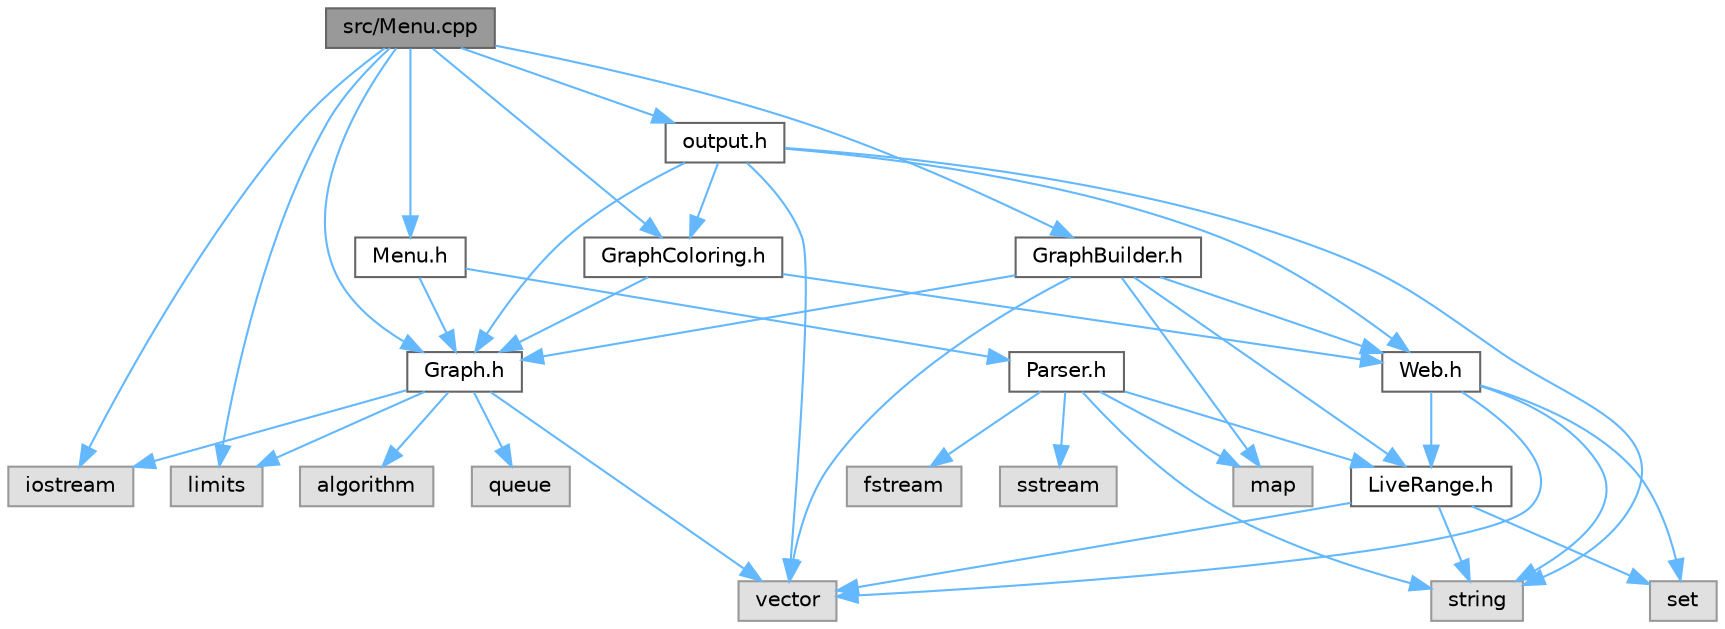
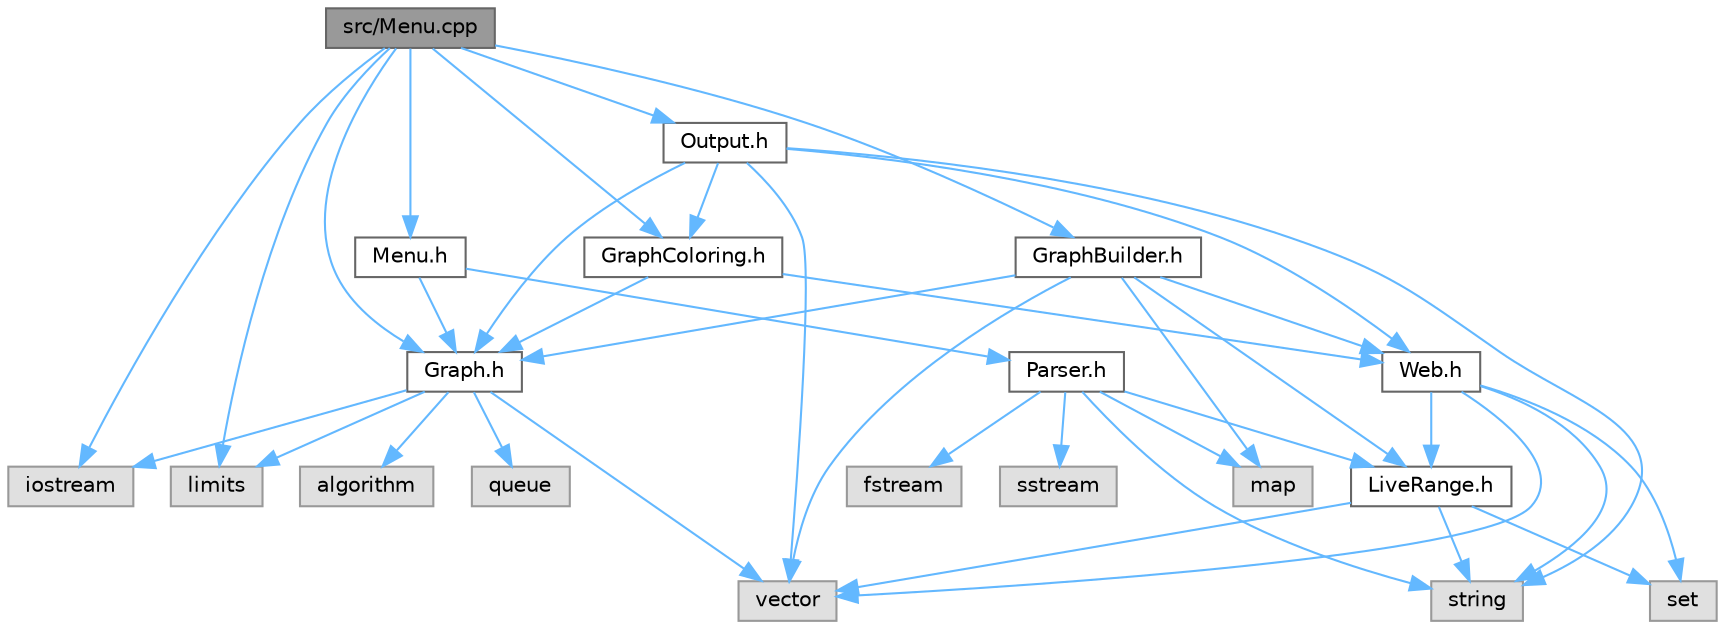
digraph "src/Menu.cpp"
{
 // LATEX_PDF_SIZE
  bgcolor="transparent";
  edge [fontname=Helvetica,fontsize=10,labelfontname=Helvetica,labelfontsize=10];
  node [fontname=Helvetica,fontsize=10,shape=box,height=0.2,width=0.4];
-   Node1 [id="Node000001",label="src/Menu.cpp",height=0.2,width=0.4,color="gray40", fillcolor="grey60", style="filled", fontcolor="black",tooltip=" "];
+   Node1 [id="Node000001",label="src/Menu.cpp",height=0.2,width=0.4,color="gray40", fillcolor="grey60", style="filled", fontcolor="black",tooltip="Implementation of the menu system."];
  Node1 -> Node2 [id="edge1_Node000001_Node000002",color="steelblue1",style="solid",tooltip=" "];
  Node2 [id="Node000002",label="iostream",height=0.2,width=0.4,color="grey60", fillcolor="#E0E0E0", style="filled",tooltip=" "];
  Node1 -> Node3 [id="edge2_Node000001_Node000003",color="steelblue1",style="solid",tooltip=" "];
  Node3 [id="Node000003",label="limits",height=0.2,width=0.4,color="grey60", fillcolor="#E0E0E0", style="filled",tooltip=" "];
  Node1 -> Node4 [id="edge3_Node000001_Node000004",color="steelblue1",style="solid",tooltip=" "];
  Node4 [id="Node000004",label="Menu.h",height=0.2,width=0.4,color="grey40", fillcolor="white", style="filled",URL="$Menu_8h.html",tooltip=" "];
  Node4 -> Node5 [id="edge4_Node000004_Node000005",color="steelblue1",style="solid",tooltip=" "];
  Node5 [id="Node000005",label="Graph.h",height=0.2,width=0.4,color="grey40", fillcolor="white", style="filled",URL="$Graph_8h.html",tooltip="Declaration and implementation of the graph data structure, including the Vertex and Edge classes and..."];
  Node5 -> Node2 [id="edge5_Node000005_Node000002",color="steelblue1",style="solid",tooltip=" "];
  Node5 -> Node6 [id="edge6_Node000005_Node000006",color="steelblue1",style="solid",tooltip=" "];
  Node6 [id="Node000006",label="vector",height=0.2,width=0.4,color="grey60", fillcolor="#E0E0E0", style="filled",tooltip=" "];
  Node5 -> Node7 [id="edge7_Node000005_Node000007",color="steelblue1",style="solid",tooltip=" "];
  Node7 [id="Node000007",label="queue",height=0.2,width=0.4,color="grey60", fillcolor="#E0E0E0", style="filled",tooltip=" "];
  Node5 -> Node3 [id="edge8_Node000005_Node000003",color="steelblue1",style="solid",tooltip=" "];
  Node5 -> Node8 [id="edge9_Node000005_Node000008",color="steelblue1",style="solid",tooltip=" "];
  Node8 [id="Node000008",label="algorithm",height=0.2,width=0.4,color="grey60", fillcolor="#E0E0E0", style="filled",tooltip=" "];
  Node4 -> Node9 [id="edge10_Node000004_Node000009",color="steelblue1",style="solid",tooltip=" "];
  Node9 [id="Node000009",label="Parser.h",height=0.2,width=0.4,color="grey40", fillcolor="white", style="filled",URL="$Parser_8h.html",tooltip=" "];
  Node9 -> Node10 [id="edge11_Node000009_Node000010",color="steelblue1",style="solid",tooltip=" "];
  Node10 [id="Node000010",label="LiveRange.h",height=0.2,width=0.4,color="grey40", fillcolor="white", style="filled",URL="$LiveRange_8h.html",tooltip=" "];
  Node10 -> Node6 [id="edge12_Node000010_Node000006",color="steelblue1",style="solid",tooltip=" "];
  Node10 -> Node11 [id="edge13_Node000010_Node000011",color="steelblue1",style="solid",tooltip=" "];
  Node11 [id="Node000011",label="string",height=0.2,width=0.4,color="grey60", fillcolor="#E0E0E0", style="filled",tooltip=" "];
  Node10 -> Node12 [id="edge14_Node000010_Node000012",color="steelblue1",style="solid",tooltip=" "];
  Node12 [id="Node000012",label="set",height=0.2,width=0.4,color="grey60", fillcolor="#E0E0E0", style="filled",tooltip=" "];
  Node9 -> Node11 [id="edge15_Node000009_Node000011",color="steelblue1",style="solid",tooltip=" "];
  Node9 -> Node13 [id="edge16_Node000009_Node000013",color="steelblue1",style="solid",tooltip=" "];
  Node13 [id="Node000013",label="map",height=0.2,width=0.4,color="grey60", fillcolor="#E0E0E0", style="filled",tooltip=" "];
  Node9 -> Node14 [id="edge17_Node000009_Node000014",color="steelblue1",style="solid",tooltip=" "];
  Node14 [id="Node000014",label="fstream",height=0.2,width=0.4,color="grey60", fillcolor="#E0E0E0", style="filled",tooltip=" "];
  Node9 -> Node15 [id="edge18_Node000009_Node000015",color="steelblue1",style="solid",tooltip=" "];
  Node15 [id="Node000015",label="sstream",height=0.2,width=0.4,color="grey60", fillcolor="#E0E0E0", style="filled",tooltip=" "];
  Node1 -> Node16 [id="edge19_Node000001_Node000016",color="steelblue1",style="solid",tooltip=" "];
  Node16 [id="Node000016",label="GraphColoring.h",height=0.2,width=0.4,color="grey40", fillcolor="white", style="filled",URL="$GraphColoring_8h.html",tooltip=" "];
  Node16 -> Node5 [id="edge20_Node000016_Node000005",color="steelblue1",style="solid",tooltip=" "];
  Node16 -> Node17 [id="edge21_Node000016_Node000017",color="steelblue1",style="solid",tooltip=" "];
  Node17 [id="Node000017",label="Web.h",height=0.2,width=0.4,color="grey40", fillcolor="white", style="filled",URL="$Web_8h.html",tooltip=" "];
  Node17 -> Node10 [id="edge22_Node000017_Node000010",color="steelblue1",style="solid",tooltip=" "];
  Node17 -> Node6 [id="edge23_Node000017_Node000006",color="steelblue1",style="solid",tooltip=" "];
  Node17 -> Node12 [id="edge24_Node000017_Node000012",color="steelblue1",style="solid",tooltip=" "];
  Node17 -> Node11 [id="edge25_Node000017_Node000011",color="steelblue1",style="solid",tooltip=" "];
  Node1 -> Node18 [id="edge26_Node000001_Node000018",color="steelblue1",style="solid",tooltip=" "];
  Node18 [id="Node000018",label="GraphBuilder.h",height=0.2,width=0.4,color="grey40", fillcolor="white", style="filled",URL="$GraphBuilder_8h.html",tooltip=" "];
  Node18 -> Node5 [id="edge27_Node000018_Node000005",color="steelblue1",style="solid",tooltip=" "];
  Node18 -> Node17 [id="edge28_Node000018_Node000017",color="steelblue1",style="solid",tooltip=" "];
  Node18 -> Node10 [id="edge29_Node000018_Node000010",color="steelblue1",style="solid",tooltip=" "];
  Node18 -> Node13 [id="edge30_Node000018_Node000013",color="steelblue1",style="solid",tooltip=" "];
  Node18 -> Node6 [id="edge31_Node000018_Node000006",color="steelblue1",style="solid",tooltip=" "];
  Node1 -> Node19 [id="edge32_Node000001_Node000019",color="steelblue1",style="solid",tooltip=" "];
-   Node19 [id="Node000019",label="output.h",height=0.2,width=0.4,color="grey40", fillcolor="white", style="filled",URL="$output_8h.html",tooltip=" "];
+   Node19 [id="Node000019",label="Output.h",height=0.2,width=0.4,color="grey40", fillcolor="white", style="filled",URL="$Output_8h.html",tooltip=" "];
  Node19 -> Node5 [id="edge33_Node000019_Node000005",color="steelblue1",style="solid",tooltip=" "];
  Node19 -> Node17 [id="edge34_Node000019_Node000017",color="steelblue1",style="solid",tooltip=" "];
  Node19 -> Node16 [id="edge35_Node000019_Node000016",color="steelblue1",style="solid",tooltip=" "];
  Node19 -> Node11 [id="edge36_Node000019_Node000011",color="steelblue1",style="solid",tooltip=" "];
  Node19 -> Node6 [id="edge37_Node000019_Node000006",color="steelblue1",style="solid",tooltip=" "];
  Node1 -> Node5 [id="edge38_Node000001_Node000005",color="steelblue1",style="solid",tooltip=" "];
}
